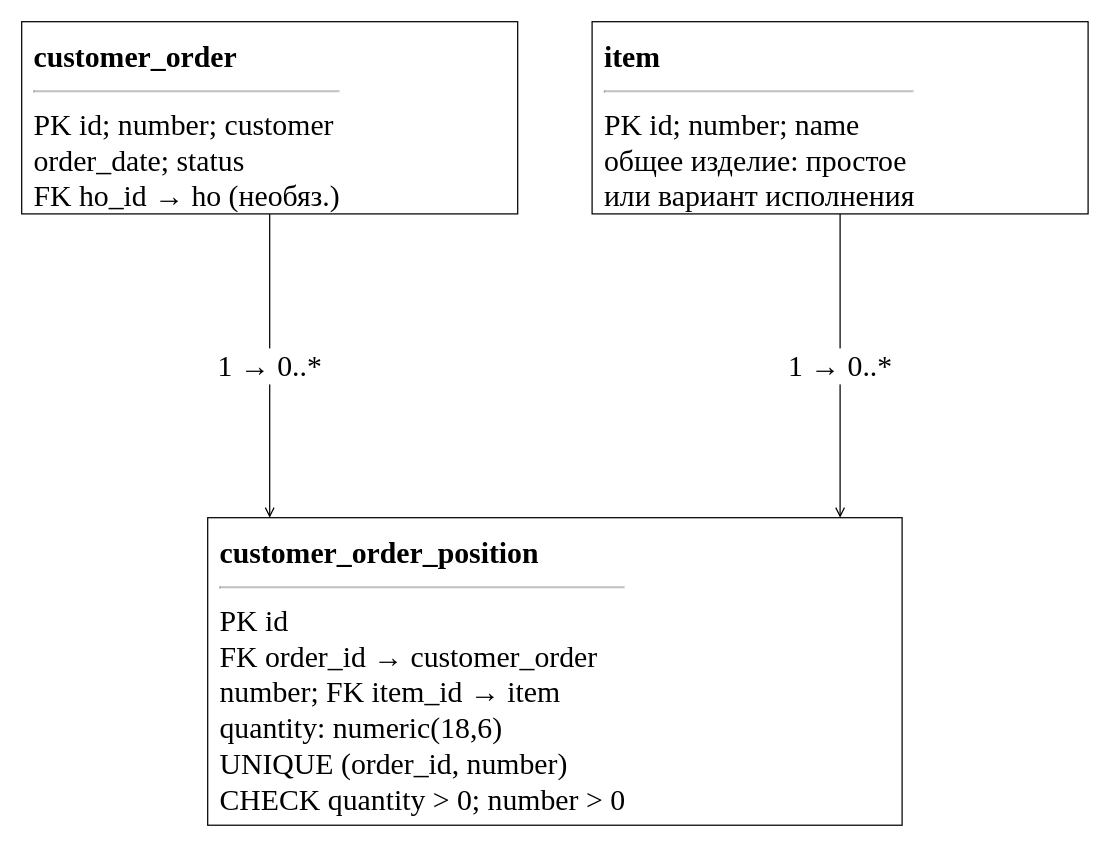
This is utils/lab7/diagrams/07_erd_orders.drawio from 10xtheo/mispris-sem7, a draw.io file, before an edit. Source tidied: cells renumbered, new cells numbered last; positions are measured from the earlier drawing's top-left corner, leaving out a move shared by most shapes. Both pictures are drawn from the tidied source at 124%, with x=0, y=0 at pixel (21, 21).
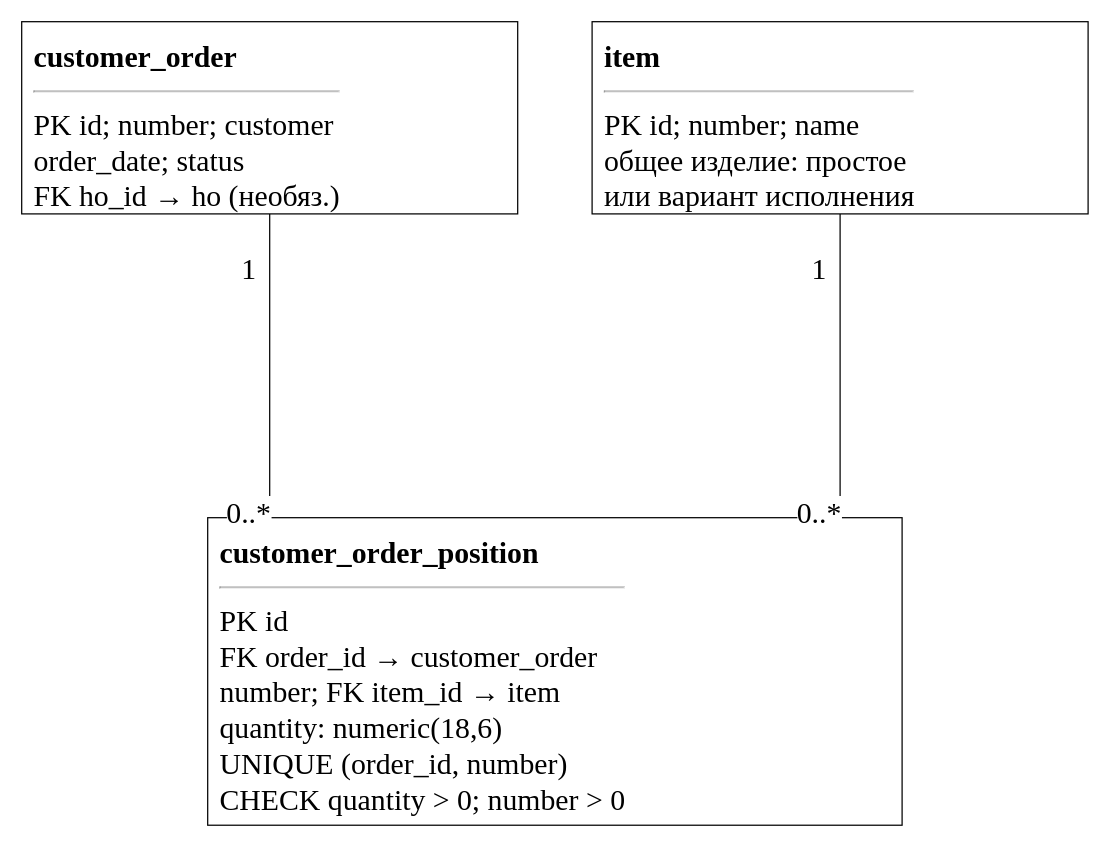
The same page after the edit.

What changed in the source:
```diff
@@
 <mxGraphModel>
   <root>
     <mxCell id="0" />
     <mxCell id="1" parent="0" />
     <mxCell id="2" value="&lt;b&gt;customer_order&lt;/b&gt;&lt;hr&gt;PK id; number; customer&lt;br&gt;order_date; status&lt;br&gt;FK ho_id → ho (необяз.)" style="rounded=0;whiteSpace=wrap;html=1;align=left;verticalAlign=top;fontFamily=Times New Roman;fontSize=24;spacing=10;fillColor=#ffffff;strokeColor=#000000;" parent="1" vertex="1">
       <mxGeometry width="400" height="155" as="geometry" />
     </mxCell>
     <mxCell id="3" value="&lt;b&gt;item&lt;/b&gt;&lt;hr&gt;PK id; number; name&lt;br&gt;общее изделие: простое&lt;br&gt;или вариант исполнения" style="rounded=0;whiteSpace=wrap;html=1;align=left;verticalAlign=top;fontFamily=Times New Roman;fontSize=24;spacing=10;fillColor=#ffffff;strokeColor=#000000;" parent="1" vertex="1">
       <mxGeometry x="460" width="400" height="155" as="geometry" />
     </mxCell>
     <mxCell id="4" value="&lt;b&gt;customer_order_position&lt;/b&gt;&lt;hr&gt;PK id&lt;br&gt;FK order_id → customer_order&lt;br&gt;number; FK item_id → item&lt;br&gt;quantity: numeric(18,6)&lt;br&gt;UNIQUE (order_id, number)&lt;br&gt;CHECK quantity &amp;gt; 0; number &amp;gt; 0" style="rounded=0;whiteSpace=wrap;html=1;align=left;verticalAlign=top;fontFamily=Times New Roman;fontSize=24;spacing=10;fillColor=#ffffff;strokeColor=#000000;" parent="1" vertex="1">
       <mxGeometry x="150" y="400" width="560" height="248" as="geometry" />
     </mxCell>
-    <mxCell id="5" value="1 → 0..*" style="edgeStyle=orthogonalEdgeStyle;rounded=0;html=1;endArrow=open;fontFamily=Times New Roman;fontSize=24;labelBackgroundColor=#ffffff;exitX=0.5;exitY=1.0;entryX=0.08928571428571429;entryY=0.0;" parent="1" edge="1" source="2" target="4">
+    <mxCell id="5" style="edgeStyle=orthogonalEdgeStyle;rounded=0;html=1;endArrow=open;fontFamily=Times New Roman;fontSize=24;labelBackgroundColor=#ffffff;exitX=0.5;exitY=1.0;entryX=0.08928571428571429;entryY=0.0;endArrow=none;startArrow=none;" parent="1" edge="1" source="2" target="4">
       <mxGeometry relative="1" as="geometry" />
     </mxCell>
+    <mxCell id="7" value="1" style="edgeLabel;html=1;align=center;fontFamily=Times New Roman;fontSize=24;" parent="5" vertex="1">
+      <mxGeometry x="-0.8" y="-18" relative="1" as="geometry" />
+    </mxCell>
+    <mxCell id="8" value="0..*" style="edgeLabel;html=1;align=center;fontFamily=Times New Roman;fontSize=24;" parent="5" vertex="1">
+      <mxGeometry x="0.8" y="-18" relative="1" as="geometry" />
+    </mxCell>
-    <mxCell id="6" value="1 → 0..*" style="edgeStyle=orthogonalEdgeStyle;rounded=0;html=1;endArrow=open;fontFamily=Times New Roman;fontSize=24;labelBackgroundColor=#ffffff;exitX=0.5;exitY=1.0;entryX=0.9107142857142857;entryY=0.0;" parent="1" edge="1" source="3" target="4">
+    <mxCell id="6" style="edgeStyle=orthogonalEdgeStyle;rounded=0;html=1;endArrow=open;fontFamily=Times New Roman;fontSize=24;labelBackgroundColor=#ffffff;exitX=0.5;exitY=1.0;entryX=0.9107142857142857;entryY=0.0;endArrow=none;startArrow=none;" parent="1" edge="1" source="3" target="4">
       <mxGeometry relative="1" as="geometry" />
     </mxCell>
+    <mxCell id="9" value="1" style="edgeLabel;html=1;align=center;fontFamily=Times New Roman;fontSize=24;" parent="6" vertex="1">
+      <mxGeometry x="-0.8" y="-18" relative="1" as="geometry" />
+    </mxCell>
+    <mxCell id="10" value="0..*" style="edgeLabel;html=1;align=center;fontFamily=Times New Roman;fontSize=24;" parent="6" vertex="1">
+      <mxGeometry x="0.8" y="-18" relative="1" as="geometry" />
+    </mxCell>
   </root>
 </mxGraphModel>
```
